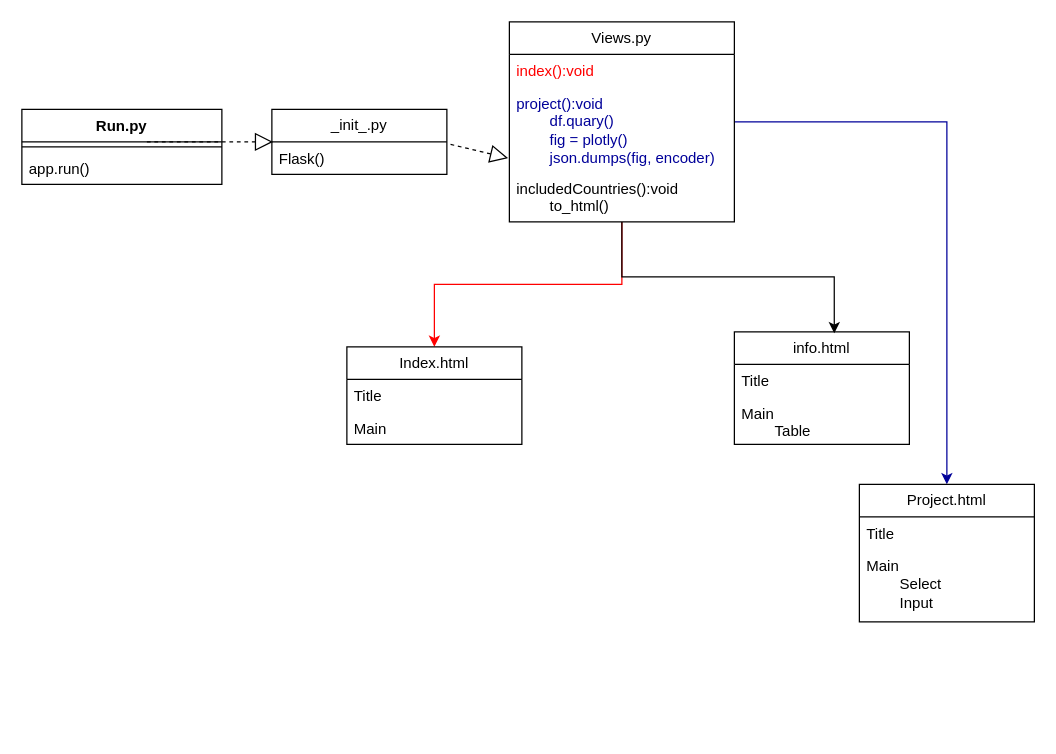
ksu-cs-projects-2022-2023/spring2023-rchevuru keeps this draw.io diagram as idk.drawio. Above is the earlier version. Source tidied: cells renumbered, new cells numbered last; positions are measured from the earlier drawing's top-left corner, leaving out a move shared by most shapes. Both pictures are drawn from the tidied source at 125%, with x=0, y=0 at pixel (21, 21).
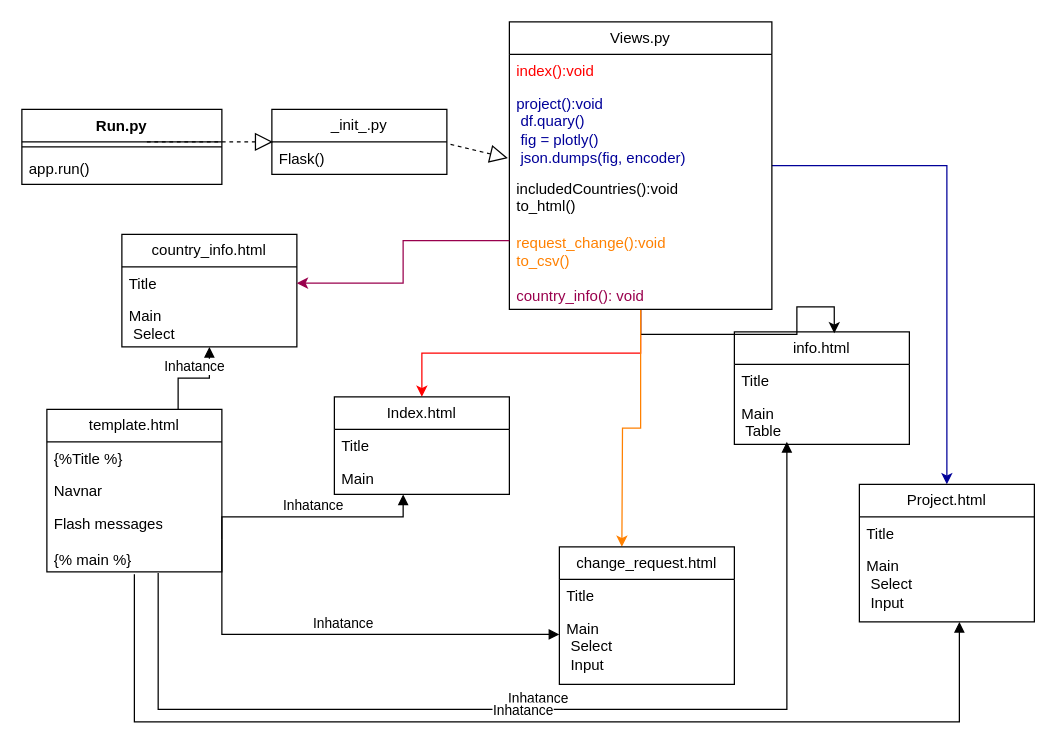
Above is the later version.

Unchanged cells that the change refers to:
```xml
<mxCell id="18" value="Main" style="text;strokeColor=none;fillColor=none;align=left;verticalAlign=top;spacingLeft=4;spacingRight=4;overflow=hidden;points=[[0,0.5],[1,0.5]];portConstraint=eastwest;whiteSpace=wrap;html=1;" parent="16" vertex="1">
  <mxGeometry y="52" width="140" height="26" as="geometry" />
</mxCell>
<mxCell id="19" value="info.html" style="swimlane;fontStyle=0;horizontal=1;startSize=26;fillColor=none;whiteSpace=wrap;html=1;" parent="1" vertex="1">
  <mxGeometry x="570" y="248" width="140" height="90" as="geometry" />
</mxCell>
<mxCell id="22" value="Project.html" style="swimlane;fontStyle=0;horizontal=1;startSize=26;fillColor=none;whiteSpace=wrap;html=1;" parent="1" vertex="1">
  <mxGeometry x="670" y="370" width="140" height="110" as="geometry" />
</mxCell>
```

Change to the diagram source:
```diff
@@
+    <mxCell id="25" style="edgeStyle=orthogonalEdgeStyle;rounded=0;jettySize=auto;html=1;strokeColor=#FF8000;" parent="1" edge="1" source="12">
+      <mxGeometry relative="1" as="geometry">
+        <mxPoint x="480" y="420" as="targetPoint" />
+      </mxGeometry>
+    </mxCell>
     <mxCell id="12" value="Views.py" style="swimlane;fontStyle=0;horizontal=1;startSize=26;fillColor=none;whiteSpace=wrap;html=1;" parent="1" vertex="1">
-      <mxGeometry x="390" width="180" height="160" as="geometry" />
+      <mxGeometry x="390" width="210" height="230" as="geometry" />
     </mxCell>
     <mxCell id="13" value="&lt;font color=&quot;#ff0000&quot;&gt;index():void&lt;/font&gt;" style="text;strokeColor=none;fillColor=none;align=left;verticalAlign=top;spacingLeft=4;spacingRight=4;overflow=hidden;whiteSpace=wrap;html=1;" parent="12" vertex="1">
-      <mxGeometry y="26" width="180" height="26" as="geometry" />
+      <mxGeometry y="26" width="210" height="26" as="geometry" />
     </mxCell>
-    <mxCell id="14" value="&lt;font color=&quot;#000099&quot;&gt;project():void&amp;nbsp;&lt;br&gt;&lt;span style=&quot;white-space: pre;&quot;&gt;&#9;&lt;/span&gt;df.quary()&lt;br&gt;&lt;span style=&quot;white-space: pre;&quot;&gt;&#9;&lt;/span&gt;fig = plotly()&lt;br&gt;&lt;span style=&quot;white-space: pre;&quot;&gt;&#9;&lt;/span&gt;json.dumps(fig, encoder)&lt;br&gt;&lt;/font&gt;" style="text;strokeColor=none;fillColor=none;align=left;verticalAlign=top;spacingLeft=4;spacingRight=4;overflow=hidden;points=[[0,0.5],[1,0.5]];portConstraint=eastwest;whiteSpace=wrap;html=1;" parent="12" vertex="1">
-      <mxGeometry y="52" width="180" height="68" as="geometry" />
+    <mxCell id="14" value="&lt;font color=&quot;#000099&quot;&gt;project():void&amp;nbsp;&lt;br&gt;&lt;span style=&quot;white-space: pre;&quot;&gt; &lt;/span&gt;df.quary()&lt;br&gt;&lt;span style=&quot;white-space: pre;&quot;&gt; &lt;/span&gt;fig = plotly()&lt;br&gt;&lt;span style=&quot;white-space: pre;&quot;&gt; &lt;/span&gt;json.dumps(fig, encoder)&lt;br&gt;&lt;/font&gt;" style="text;strokeColor=none;fillColor=none;align=left;verticalAlign=top;spacingLeft=4;spacingRight=4;overflow=hidden;points=[[0,0.5],[1,0.5]];portConstraint=eastwest;whiteSpace=wrap;html=1;" parent="12" vertex="1">
+      <mxGeometry y="52" width="210" height="68" as="geometry" />
     </mxCell>
-    <mxCell id="15" value="includedCountries():void&lt;br&gt;&lt;span style=&quot;&quot;&gt;&#9;&lt;/span&gt;&lt;span style=&quot;white-space: pre;&quot;&gt;&#9;&lt;/span&gt;to_html()" style="text;strokeColor=none;fillColor=none;align=left;verticalAlign=top;spacingLeft=4;spacingRight=4;overflow=hidden;points=[[0,0.5],[1,0.5]];portConstraint=eastwest;whiteSpace=wrap;html=1;" parent="12" vertex="1">
-      <mxGeometry y="120" width="180" height="40" as="geometry" />
+    <mxCell id="15" value="includedCountries():void&lt;br&gt;&lt;span style=&quot;&quot;&gt; &lt;/span&gt;&lt;span style=&quot;&quot;&gt; &lt;/span&gt;to_html()&lt;br&gt;&lt;br&gt;&lt;font color=&quot;#ff8000&quot;&gt;request_change():void&lt;br&gt;&lt;/font&gt;&lt;span style=&quot;&quot;&gt; &lt;/span&gt;&lt;font color=&quot;#ff8000&quot;&gt;to_csv()&lt;/font&gt;&lt;br&gt;&lt;br&gt;&lt;font color=&quot;#99004d&quot;&gt;country_info(): void&lt;/font&gt;&lt;br&gt;" style="text;strokeColor=none;fillColor=none;align=left;verticalAlign=top;spacingLeft=4;spacingRight=4;overflow=hidden;points=[[0,0.5],[1,0.5]];portConstraint=eastwest;whiteSpace=wrap;html=1;" parent="12" vertex="1">
+      <mxGeometry y="120" width="210" height="110" as="geometry" />
     </mxCell>
     <mxCell id="16" value="Index.html" style="swimlane;fontStyle=0;horizontal=1;startSize=26;fillColor=none;whiteSpace=wrap;html=1;" parent="1" vertex="1">
-      <mxGeometry x="260" y="260" width="140" height="78" as="geometry" />
+      <mxGeometry x="250" y="300" width="140" height="78" as="geometry" />
     </mxCell>
@@
-    <mxCell id="21" value="Main&lt;br&gt;&lt;span style=&quot;white-space: pre;&quot;&gt;&#9;&lt;/span&gt;Table" style="text;strokeColor=none;fillColor=none;align=left;verticalAlign=top;spacingLeft=4;spacingRight=4;overflow=hidden;points=[[0,0.5],[1,0.5]];portConstraint=eastwest;whiteSpace=wrap;html=1;" parent="19" vertex="1">
+    <mxCell id="21" value="Main&lt;br&gt;&lt;span style=&quot;white-space: pre;&quot;&gt; &lt;/span&gt;Table" style="text;strokeColor=none;fillColor=none;align=left;verticalAlign=top;spacingLeft=4;spacingRight=4;overflow=hidden;points=[[0,0.5],[1,0.5]];portConstraint=eastwest;whiteSpace=wrap;html=1;" parent="19" vertex="1">
       <mxGeometry y="52" width="140" height="38" as="geometry" />
     </mxCell>
@@
-    <mxCell id="24" value="Main&lt;br&gt;&lt;span style=&quot;white-space: pre;&quot;&gt;&#9;&lt;/span&gt;Select&amp;nbsp;&lt;br&gt;&lt;span style=&quot;white-space: pre;&quot;&gt;&#9;&lt;/span&gt;Input" style="text;strokeColor=none;fillColor=none;align=left;verticalAlign=top;spacingLeft=4;spacingRight=4;overflow=hidden;whiteSpace=wrap;html=1;" parent="22" vertex="1">
+    <mxCell id="24" value="Main&lt;br&gt;&lt;span style=&quot;white-space: pre;&quot;&gt; &lt;/span&gt;Select&amp;nbsp;&lt;br&gt;&lt;span style=&quot;white-space: pre;&quot;&gt; &lt;/span&gt;Input" style="text;strokeColor=none;fillColor=none;align=left;verticalAlign=top;spacingLeft=4;spacingRight=4;overflow=hidden;whiteSpace=wrap;html=1;" parent="22" vertex="1">
       <mxGeometry y="52" width="140" height="58" as="geometry" />
     </mxCell>
+    <mxCell id="26" value="change_request.html" style="swimlane;fontStyle=0;horizontal=1;startSize=26;fillColor=none;whiteSpace=wrap;html=1;" parent="1" vertex="1">
+      <mxGeometry x="430" y="420" width="140" height="110" as="geometry" />
+    </mxCell>
+    <mxCell id="27" value="Title" style="text;strokeColor=none;fillColor=none;align=left;verticalAlign=top;spacingLeft=4;spacingRight=4;overflow=hidden;whiteSpace=wrap;html=1;" parent="26" vertex="1">
+      <mxGeometry y="26" width="140" height="26" as="geometry" />
+    </mxCell>
+    <mxCell id="28" value="Main&lt;br&gt;&lt;span style=&quot;white-space: pre;&quot;&gt; &lt;/span&gt;Select&amp;nbsp;&lt;br&gt;&lt;span style=&quot;white-space: pre;&quot;&gt; &lt;/span&gt;Input" style="text;strokeColor=none;fillColor=none;align=left;verticalAlign=top;spacingLeft=4;spacingRight=4;overflow=hidden;whiteSpace=wrap;html=1;" parent="26" vertex="1">
+      <mxGeometry y="52" width="140" height="58" as="geometry" />
+    </mxCell>
+    <mxCell id="29" value="country_info.html" style="swimlane;fontStyle=0;horizontal=1;startSize=26;fillColor=none;whiteSpace=wrap;html=1;" parent="1" vertex="1">
+      <mxGeometry x="80" y="170" width="140" height="90" as="geometry" />
+    </mxCell>
+    <mxCell id="30" value="Title" style="text;strokeColor=none;fillColor=none;align=left;verticalAlign=top;spacingLeft=4;spacingRight=4;overflow=hidden;points=[[0,0.5],[1,0.5]];portConstraint=eastwest;whiteSpace=wrap;html=1;" parent="29" vertex="1">
+      <mxGeometry y="26" width="140" height="26" as="geometry" />
+    </mxCell>
+    <mxCell id="31" value="Main&lt;br&gt;&lt;span style=&quot;white-space: pre;&quot;&gt; &lt;/span&gt;Select&amp;nbsp;&lt;br&gt;&lt;span style=&quot;white-space: pre;&quot;&gt; &lt;/span&gt;" style="text;strokeColor=none;fillColor=none;align=left;verticalAlign=top;spacingLeft=4;spacingRight=4;overflow=hidden;points=[[0,0.5],[1,0.5]];portConstraint=eastwest;whiteSpace=wrap;html=1;" parent="29" vertex="1">
+      <mxGeometry y="52" width="140" height="38" as="geometry" />
+    </mxCell>
+    <mxCell id="32" style="edgeStyle=orthogonalEdgeStyle;rounded=0;jettySize=auto;html=1;strokeColor=#99004D;entryX=1;entryY=0.5;entryDx=0;entryDy=0;" parent="1" edge="1" source="15" target="30">
+      <mxGeometry relative="1" as="geometry" />
+    </mxCell>
+    <mxCell id="33" value="template.html" style="swimlane;fontStyle=0;horizontal=1;startSize=26;fillColor=none;whiteSpace=wrap;html=1;" parent="1" vertex="1">
+      <mxGeometry x="20" y="310" width="140" height="130" as="geometry" />
+    </mxCell>
+    <mxCell id="34" value="{%Title %}" style="text;strokeColor=none;fillColor=none;align=left;verticalAlign=top;spacingLeft=4;spacingRight=4;overflow=hidden;whiteSpace=wrap;html=1;" parent="33" vertex="1">
+      <mxGeometry y="26" width="140" height="26" as="geometry" />
+    </mxCell>
+    <mxCell id="35" value="Navnar" style="text;strokeColor=none;fillColor=none;align=left;verticalAlign=top;spacingLeft=4;spacingRight=4;overflow=hidden;whiteSpace=wrap;html=1;" parent="33" vertex="1">
+      <mxGeometry y="52" width="140" height="26" as="geometry" />
+    </mxCell>
+    <mxCell id="36" value="Flash messages&lt;br&gt;&lt;br&gt;{% main %}" style="text;strokeColor=none;fillColor=none;align=left;verticalAlign=top;spacingLeft=4;spacingRight=4;overflow=hidden;points=[[0,0.5],[1,0.5]];portConstraint=eastwest;whiteSpace=wrap;html=1;" parent="33" vertex="1">
+      <mxGeometry y="78" width="140" height="52" as="geometry" />
+    </mxCell>
+    <mxCell id="37" value="Inhatance" style="html=1;verticalAlign=bottom;endArrow=block;edgeStyle=elbowEdgeStyle;elbow=vertical;curved=0;rounded=0;entryX=0.393;entryY=1;entryDx=0;entryDy=0;entryPerimeter=0;exitX=1;exitY=0.5;exitDx=0;exitDy=0;" parent="1" edge="1" source="36" target="18">
+      <mxGeometry relative="1" as="geometry" />
+    </mxCell>
+    <mxCell id="38" value="Inhatance" style="html=1;verticalAlign=bottom;endArrow=block;edgeStyle=elbowEdgeStyle;elbow=vertical;curved=0;rounded=0;exitX=0.75;exitY=0;exitDx=0;exitDy=0;" parent="1" edge="1" source="33" target="31">
+      <mxGeometry relative="1" as="geometry" />
+    </mxCell>
+    <mxCell id="39" value="Inhatance" style="html=1;verticalAlign=bottom;endArrow=block;edgeStyle=elbowEdgeStyle;elbow=vertical;curved=0;rounded=0;exitX=1;exitY=0.5;exitDx=0;exitDy=0;" parent="1" edge="1" source="36">
+      <mxGeometry relative="1" as="geometry">
+        <mxPoint x="430" y="490" as="targetPoint" />
+        <Array as="points">
+          <mxPoint x="270" y="490" />
+        </Array>
+      </mxGeometry>
+    </mxCell>
+    <mxCell id="40" value="Inhatance" style="html=1;verticalAlign=bottom;endArrow=block;edgeStyle=elbowEdgeStyle;elbow=vertical;curved=0;rounded=0;exitX=0.636;exitY=1.019;exitDx=0;exitDy=0;exitPerimeter=0;entryX=0.3;entryY=0.947;entryDx=0;entryDy=0;entryPerimeter=0;" parent="1" edge="1" source="36" target="21">
+      <mxGeometry relative="1" as="geometry">
+        <Array as="points">
+          <mxPoint x="380" y="550" />
+        </Array>
+      </mxGeometry>
+    </mxCell>
+    <mxCell id="41" value="Inhatance" style="html=1;verticalAlign=bottom;endArrow=block;edgeStyle=elbowEdgeStyle;elbow=vertical;curved=0;rounded=0;exitX=0.5;exitY=1.038;exitDx=0;exitDy=0;exitPerimeter=0;" parent="1" edge="1" source="36">
+      <mxGeometry relative="1" as="geometry">
+        <mxPoint x="750" y="480" as="targetPoint" />
+        <Array as="points">
+          <mxPoint x="390" y="560" />
+        </Array>
+      </mxGeometry>
+    </mxCell>
```
